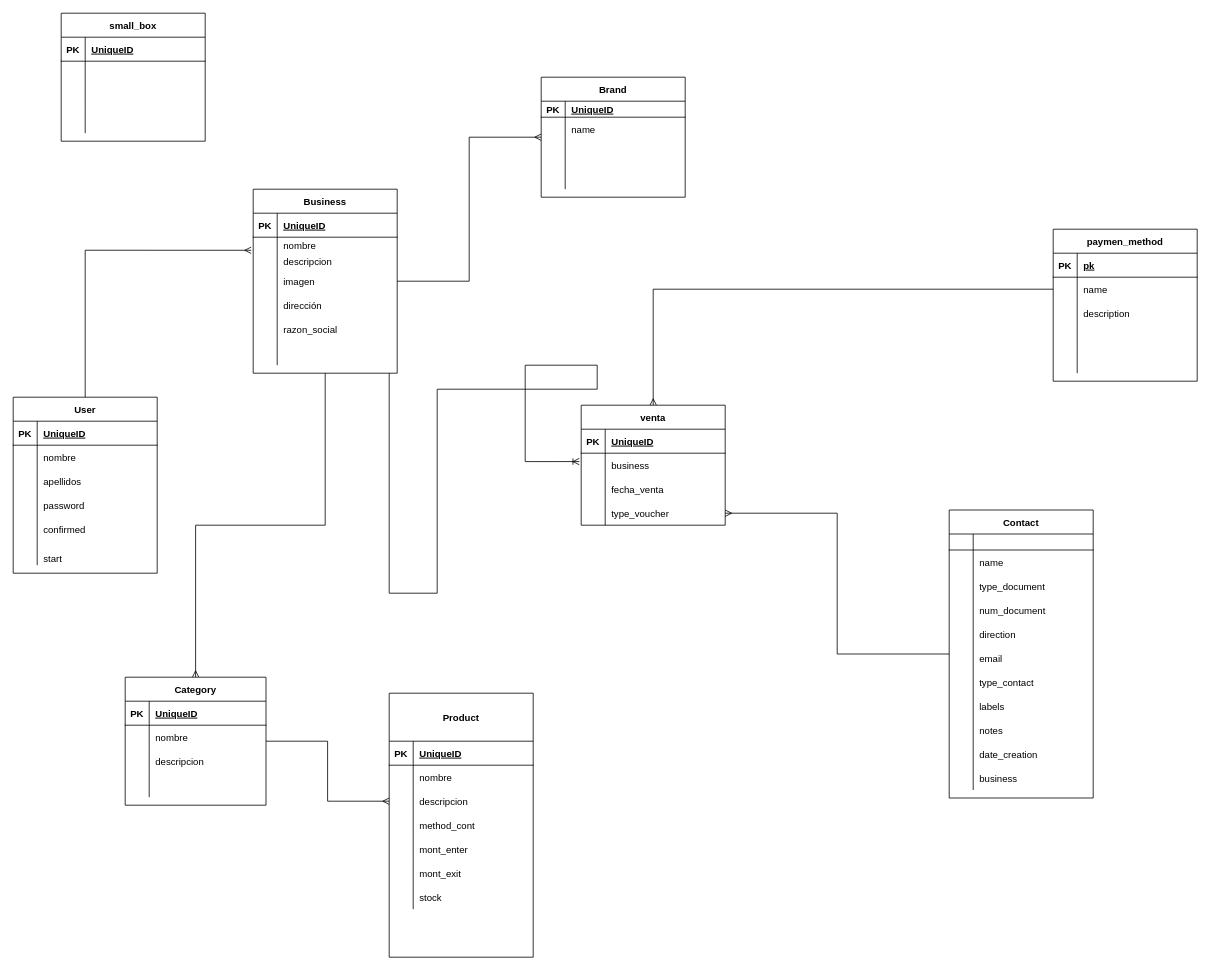
The draw.io diagram page "bd_store_helper" (1 of 4) of resources/bd.drawio in chickenLeobar/storeapp, before the edit. Source tidied: cells renumbered, new cells numbered last; positions are measured from the earlier drawing's top-left corner, leaving out a move shared by most shapes. Both pictures are drawn from the tidied source at 80%, with x=0, y=0 at pixel (13, 13).
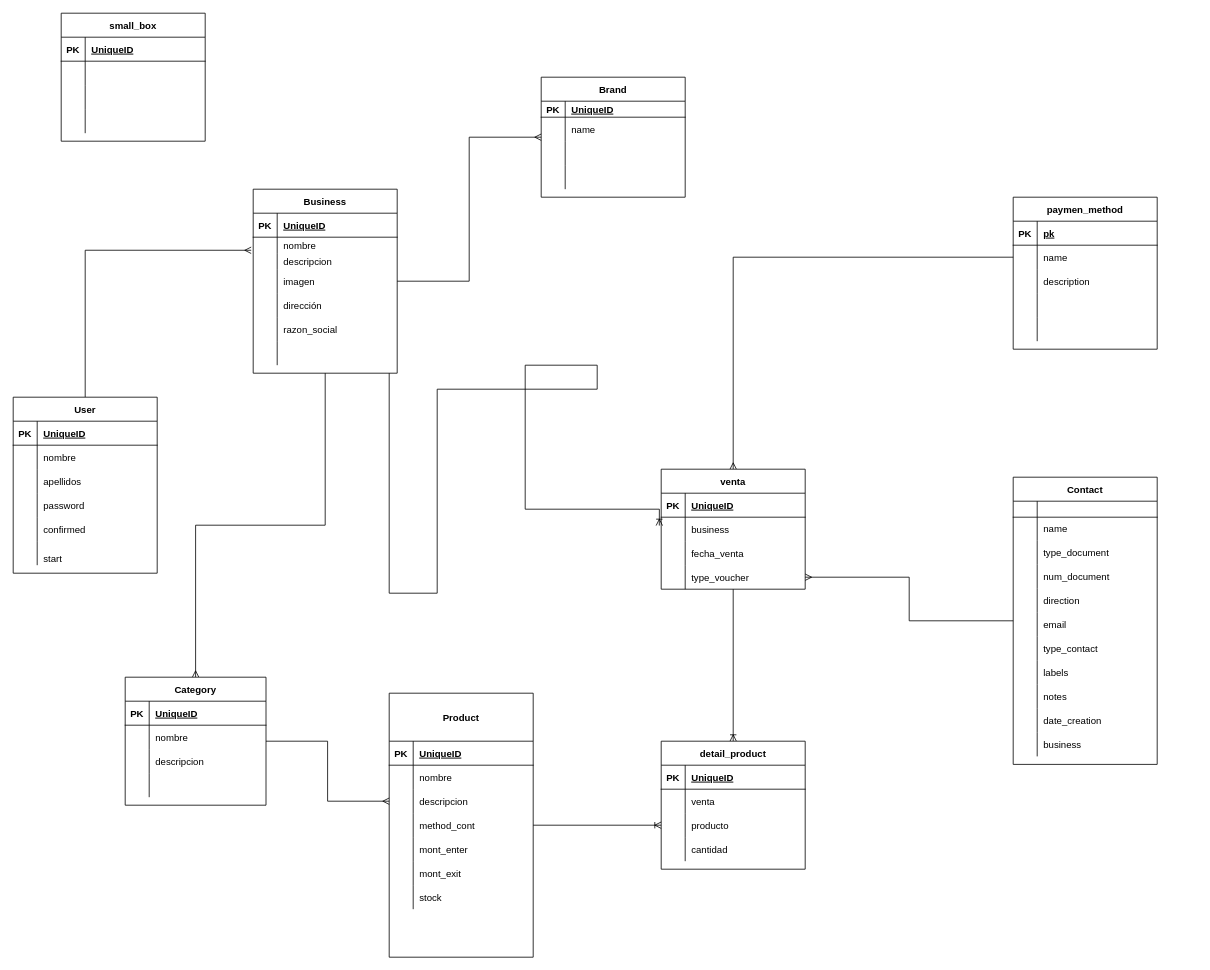
After the change.

Unchanged cells that the change refers to:
```xml
<mxCell id="25" value="Business" style="shape=table;startSize=30;childLayout=tableLayout;rowLines=0;fontStyle=1;align=center;" parent="1" vertex="1">
  <mxGeometry x="300" y="220" width="180" height="230" as="geometry" />
</mxCell>
<mxCell id="57" style="shape=partialRectangle;fillColor=none;top=0;left=0;bottom=0;right=0;points=[[0,0.5],[1,0.5]];portConstraint=eastwest;" parent="47" vertex="1">
  <mxGeometry y="150" width="180" height="30" as="geometry" />
</mxCell>
<mxCell id="88" style="shape=partialRectangle;fillColor=none;top=0;left=0;bottom=0;right=0;points=[[0,0.5],[1,0.5]];portConstraint=eastwest;" parent="84" vertex="1">
  <mxGeometry y="60" width="180" height="30" as="geometry" />
</mxCell>
```

What changed in the source:
```diff
@@
     <mxCell id="24" style="edgeStyle=orthogonalEdgeStyle;rounded=0;jettySize=auto;html=1;endArrow=ERoneToMany;endFill=0;entryX=-0.013;entryY=0.349;entryDx=0;entryDy=0;entryPerimeter=0;" parent="1" edge="1" source="25" target="88">
       <mxGeometry relative="1" as="geometry">
         <Array as="points">
           <mxPoint x="470" y="725" />
           <mxPoint x="530" y="725" />
           <mxPoint x="530" y="470" />
           <mxPoint x="730" y="470" />
           <mxPoint x="730" y="440" />
           <mxPoint x="640" y="440" />
-          <mxPoint x="640" y="561" />
+          <mxPoint x="640" y="620" />
+          <mxPoint x="808" y="620" />
         </Array>
       </mxGeometry>
     </mxCell>
@@
+    <mxCell id="174" style="edgeStyle=orthogonalEdgeStyle;rounded=0;jettySize=auto;html=1;entryX=0.5;entryY=0;entryDx=0;entryDy=0;endArrow=ERoneToMany;endFill=0;" parent="1" edge="1" source="84" target="176">
+      <mxGeometry relative="1" as="geometry" />
+    </mxCell>
     <mxCell id="84" value="venta" style="shape=table;startSize=30;childLayout=tableLayout;rowLines=0;fontStyle=1;align=center;" parent="1" vertex="1">
-      <mxGeometry x="710" y="490" width="180" height="150" as="geometry" />
+      <mxGeometry x="810" y="570" width="180" height="150" as="geometry" />
     </mxCell>
@@
     <mxCell id="124" value="Contact" style="shape=table;startSize=30;childLayout=tableLayout;rowLines=0;fontStyle=1;align=center;" parent="1" vertex="1">
-      <mxGeometry x="1170" y="621" width="180" height="360" as="geometry" />
+      <mxGeometry x="1250" y="580" width="180" height="359" as="geometry" />
     </mxCell>
@@
     <mxCell id="128" style="shape=partialRectangle;fillColor=none;top=0;left=0;bottom=0;right=0;" parent="124" vertex="1">
-      <mxGeometry y="50" width="180" height="30" as="geometry" />
+      <mxGeometry y="50" width="180" height="29" as="geometry" />
     </mxCell>
     <mxCell id="129" style="shape=partialRectangle;fillColor=none;top=0;left=0;bottom=0;right=0;overflow=hidden;" parent="128" vertex="1">
-      <mxGeometry width="30" height="30" as="geometry" />
+      <mxGeometry width="30" height="29" as="geometry" />
     </mxCell>
     <mxCell id="130" value="name" style="shape=partialRectangle;fillColor=none;top=0;left=0;bottom=0;right=0;align=left;spacingLeft=6;overflow=hidden;" parent="128" vertex="1">
-      <mxGeometry x="30" width="150" height="30" as="geometry" />
+      <mxGeometry x="30" width="150" height="29" as="geometry" />
     </mxCell>
     <mxCell id="131" style="shape=partialRectangle;fillColor=none;top=0;left=0;bottom=0;right=0;" parent="124" vertex="1">
-      <mxGeometry y="80" width="180" height="30" as="geometry" />
+      <mxGeometry y="79" width="180" height="30" as="geometry" />
     </mxCell>
@@
     <mxCell id="134" style="shape=partialRectangle;fillColor=none;top=0;left=0;bottom=0;right=0;" parent="124" vertex="1">
-      <mxGeometry y="110" width="180" height="30" as="geometry" />
+      <mxGeometry y="109" width="180" height="30" as="geometry" />
     </mxCell>
@@
     <mxCell id="137" style="shape=partialRectangle;fillColor=none;top=0;left=0;bottom=0;right=0;" parent="124" vertex="1">
-      <mxGeometry y="140" width="180" height="30" as="geometry" />
+      <mxGeometry y="139" width="180" height="30" as="geometry" />
     </mxCell>
@@
     <mxCell id="140" style="shape=partialRectangle;fillColor=none;top=0;left=0;bottom=0;right=0;" parent="124" vertex="1">
-      <mxGeometry y="170" width="180" height="30" as="geometry" />
+      <mxGeometry y="169" width="180" height="30" as="geometry" />
     </mxCell>
@@
     <mxCell id="143" style="shape=partialRectangle;fillColor=none;top=0;left=0;bottom=0;right=0;" parent="124" vertex="1">
-      <mxGeometry y="200" width="180" height="30" as="geometry" />
+      <mxGeometry y="199" width="180" height="30" as="geometry" />
     </mxCell>
@@
     <mxCell id="146" style="shape=partialRectangle;fillColor=none;top=0;left=0;bottom=0;right=0;" parent="124" vertex="1">
-      <mxGeometry y="230" width="180" height="30" as="geometry" />
+      <mxGeometry y="229" width="180" height="30" as="geometry" />
     </mxCell>
@@
     <mxCell id="149" style="shape=partialRectangle;fillColor=none;top=0;left=0;bottom=0;right=0;" parent="124" vertex="1">
-      <mxGeometry y="260" width="180" height="30" as="geometry" />
+      <mxGeometry y="259" width="180" height="30" as="geometry" />
     </mxCell>
@@
     <mxCell id="152" style="shape=partialRectangle;fillColor=none;top=0;left=0;bottom=0;right=0;" parent="124" vertex="1">
-      <mxGeometry y="290" width="180" height="30" as="geometry" />
+      <mxGeometry y="289" width="180" height="30" as="geometry" />
     </mxCell>
@@
     <mxCell id="155" style="shape=partialRectangle;fillColor=none;top=0;left=0;bottom=0;right=0;" parent="124" vertex="1">
-      <mxGeometry y="320" width="180" height="30" as="geometry" />
+      <mxGeometry y="319" width="180" height="30" as="geometry" />
     </mxCell>
@@
     <mxCell id="158" value="paymen_method" style="shape=table;startSize=30;childLayout=tableLayout;rowLines=0;fontStyle=1;align=center;" parent="1" vertex="1">
-      <mxGeometry x="1300" y="270" width="180" height="190" as="geometry" />
+      <mxGeometry x="1250" y="230" width="180" height="190" as="geometry" />
     </mxCell>
@@
+    <mxCell id="175" style="edgeStyle=orthogonalEdgeStyle;rounded=0;jettySize=auto;html=1;endArrow=ERoneToMany;endFill=0;" parent="1" edge="1" source="57" target="183">
+      <mxGeometry relative="1" as="geometry" />
+    </mxCell>
+    <mxCell id="176" value="detail_product" style="shape=table;startSize=30;childLayout=tableLayout;rowLines=0;fontStyle=1;align=center;" parent="1" vertex="1">
+      <mxGeometry x="810" y="910" width="180" height="160" as="geometry" />
+    </mxCell>
+    <mxCell id="177" style="shape=partialRectangle;fillColor=none;top=0;left=0;bottom=1;right=0;" parent="176" vertex="1">
+      <mxGeometry y="30" width="180" height="30" as="geometry" />
+    </mxCell>
+    <mxCell id="178" value="PK" style="shape=partialRectangle;fillColor=none;top=0;left=0;bottom=0;right=0;fontStyle=1;overflow=hidden;" parent="177" vertex="1">
+      <mxGeometry width="30" height="30" as="geometry" />
+    </mxCell>
+    <mxCell id="179" value="UniqueID" style="shape=partialRectangle;fillColor=none;top=0;left=0;bottom=0;right=0;align=left;spacingLeft=6;fontStyle=5;overflow=hidden;" parent="177" vertex="1">
+      <mxGeometry x="30" width="150" height="30" as="geometry" />
+    </mxCell>
+    <mxCell id="180" style="shape=partialRectangle;fillColor=none;top=0;left=0;bottom=0;right=0;" parent="176" vertex="1">
+      <mxGeometry y="60" width="180" height="30" as="geometry" />
+    </mxCell>
+    <mxCell id="181" style="shape=partialRectangle;fillColor=none;top=0;left=0;bottom=0;right=0;overflow=hidden;" parent="180" vertex="1">
+      <mxGeometry width="30" height="30" as="geometry" />
+    </mxCell>
+    <mxCell id="182" value="venta" style="shape=partialRectangle;fillColor=none;top=0;left=0;bottom=0;right=0;align=left;spacingLeft=6;overflow=hidden;" parent="180" vertex="1">
+      <mxGeometry x="30" width="150" height="30" as="geometry" />
+    </mxCell>
+    <mxCell id="183" style="shape=partialRectangle;fillColor=none;top=0;left=0;bottom=0;right=0;points=[[0,0.5],[1,0.5]];portConstraint=eastwest;" parent="176" vertex="1">
+      <mxGeometry y="90" width="180" height="30" as="geometry" />
+    </mxCell>
+    <mxCell id="184" style="shape=partialRectangle;fillColor=none;top=0;left=0;bottom=0;right=0;overflow=hidden;" parent="183" vertex="1">
+      <mxGeometry width="30" height="30" as="geometry" />
+    </mxCell>
+    <mxCell id="185" value="producto" style="shape=partialRectangle;fillColor=none;top=0;left=0;bottom=0;right=0;align=left;spacingLeft=6;overflow=hidden;" parent="183" vertex="1">
+      <mxGeometry x="30" width="150" height="30" as="geometry" />
+    </mxCell>
+    <mxCell id="186" style="shape=partialRectangle;fillColor=none;top=0;left=0;bottom=0;right=0;" parent="176" vertex="1">
+      <mxGeometry y="120" width="180" height="30" as="geometry" />
+    </mxCell>
+    <mxCell id="187" style="shape=partialRectangle;fillColor=none;top=0;left=0;bottom=0;right=0;overflow=hidden;" parent="186" vertex="1">
+      <mxGeometry width="30" height="30" as="geometry" />
+    </mxCell>
+    <mxCell id="188" value="cantidad" style="shape=partialRectangle;fillColor=none;top=0;left=0;bottom=0;right=0;align=left;spacingLeft=6;overflow=hidden;" parent="186" vertex="1">
+      <mxGeometry x="30" width="150" height="30" as="geometry" />
+    </mxCell>
```
